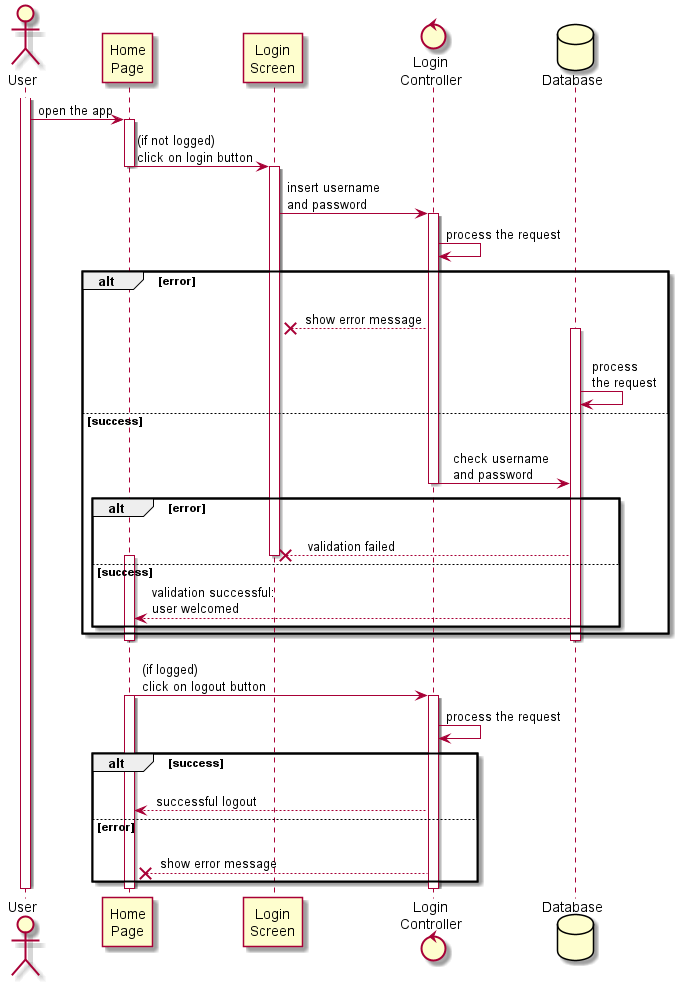
The PlantUML diagram out/src/main/java/unipa/fooddelivery/diagrams/sequence/user/login-logout/login-logout.png in TommasoScalici/FoodDelivery, before a commit.
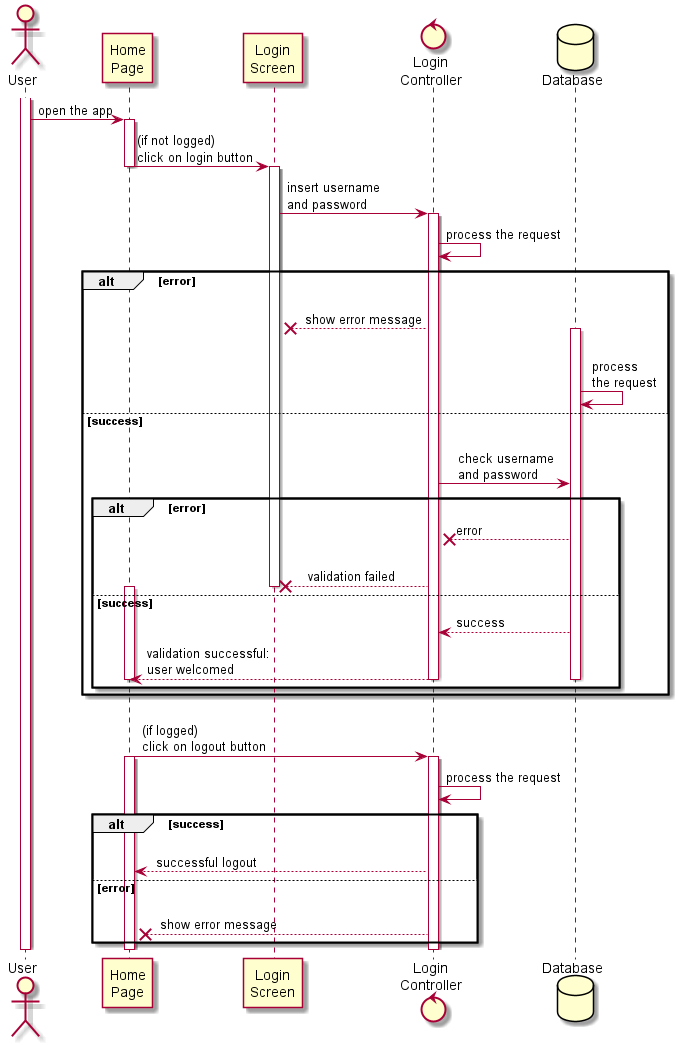
Above is the later version.

The edit, as a diff of the source:
```diff
@@ -10,34 +10,37 @@
     User -> HomePage : open the app
 
     activate HomePage
-    HomePage -> LoginScreen : (if not logged)\nclick on login button
+        HomePage -> LoginScreen : (if not logged)\nclick on login button
     deactivate HomePage
 
     activate LoginScreen
 
         LoginScreen -> LoginController : insert username \nand password
         activate LoginController
-        LoginController -> LoginController: process the request
-        alt error
-            LoginScreen x-- LoginController: \n  show error message
+            LoginController -> LoginController: process the request
+            alt error
+                LoginScreen x-- LoginController: \n  show error message
 
-            activate Database
-                Database -> Database: \n process\n the request
-        else success
-            LoginController -> Database : \n   check username\n   and password
-            deactivate LoginController
-            alt error
-                LoginScreen x-- Database: \n    validation failed
+                activate Database
+                    Database -> Database: \n process\n the request
+                    else success
+                        LoginController -> Database : \n   check username\n   and password
+                    alt error
+                        LoginController x-- Database: error
+                        LoginScreen x-- LoginController: \n    validation failed
 
     deactivate LoginScreen
 
-            else success
-    activate HomePage
-    HomePage <-- Database : validation successful:\nuser welcomed
+                    else success
+                    activate HomePage
+                        LoginController <-- Database : success
+                        HomePage <--LoginController: validation successful:\nuser welcomed
+
+        deactivate LoginController
+                    deactivate HomePage
+                deactivate Database
+                    end
             end
-        end
-            deactivate Database
-    deactivate HomePage
 
     HomePage -> LoginController: \n(if logged)\nclick on logout button
     activate HomePage
@@ -45,11 +48,11 @@
         activate LoginController
             LoginController -> LoginController: process the request
 
-        alt success
-        HomePage <-- LoginController: \n successful logout
-        else error
-        HomePage x-- LoginController: \n  show error message
-        end
+            alt success
+                HomePage <-- LoginController: \n successful logout
+            else error
+                HomePage x-- LoginController: \n  show error message
+            end
 
         deactivate LoginController
     deactivate HomePage
```
